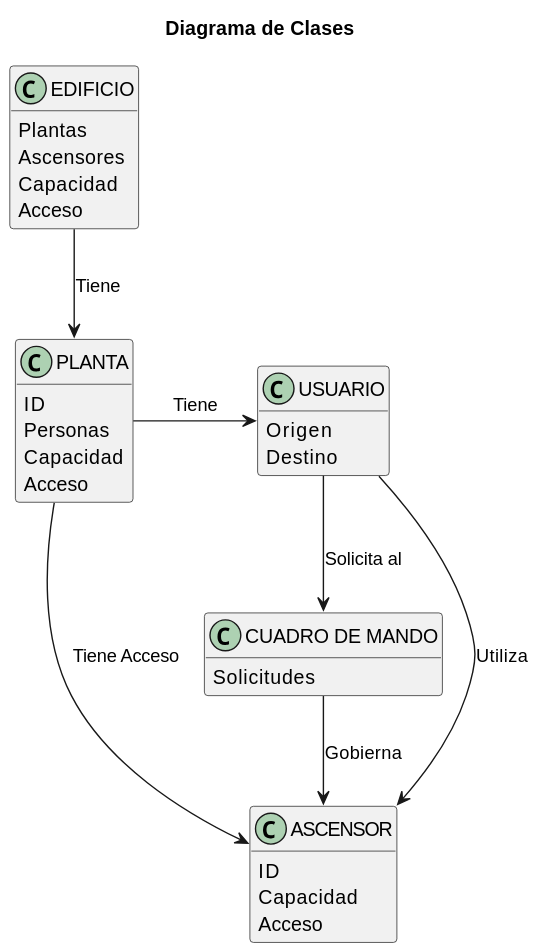
Before: docs/Modelo_de_Dominio/Diagramas_de_Clases/Diagrama_de_Clases.svg, a diagram exported from PlantUML (mmasias/23-24-IdSw2-SDD).
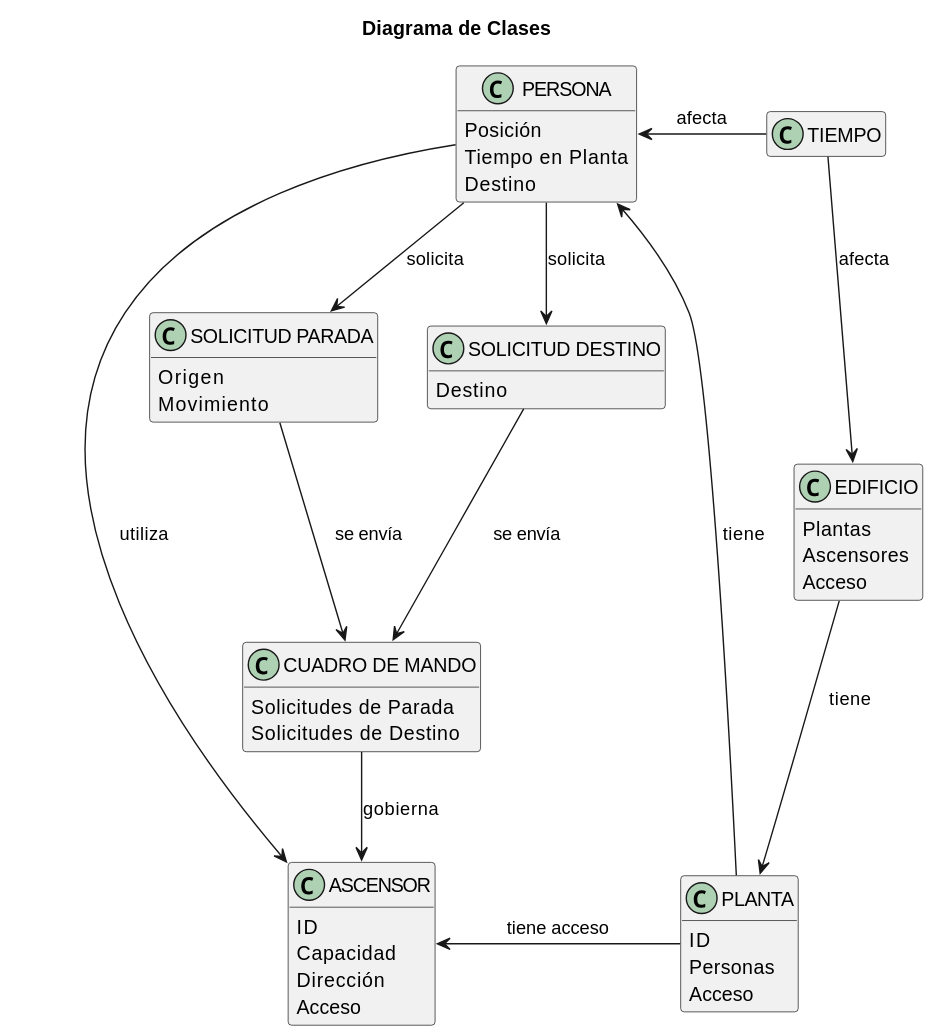
The same file after the commit.

Commit message:
svg diagrama de clases

What changed in the source:
```diff
@@ -12,25 +12,27 @@
 {
     ID
     Capacidad
+    Dirección
     Acceso
 }
 
-class USUARIO
+class PERSONA
 {
-    Origen
+    Posición
+    Tiempo en Planta
     Destino
 }
 
 class "CUADRO DE MANDO"
 {
-    Solicitudes
+    Solicitudes de Parada
+    Solicitudes de Destino
 }
 
 class PLANTA
 {
     ID
     Personas
-    Capacidad
     Acceso
 }
 
@@ -38,15 +40,38 @@
 {
     Plantas
     Ascensores
-    Capacidad
     Acceso
 }
 
+class TIEMPO
+{
 
-"CUADRO DE MANDO" --> ASCENSOR : Gobierna
-USUARIO -> ASCENSOR : Utiliza
-USUARIO --> "CUADRO DE MANDO" : Solicita al
-EDIFICIO --> PLANTA : Tiene
-PLANTA -> ASCENSOR : Tiene Acceso
-PLANTA -> USUARIO : Tiene
+}
+
+class "SOLICITUD PARADA"
+{
+    Origen
+    Movimiento
+}
+
+class "SOLICITUD DESTINO"
+{
+    Destino
+}
+
+
+EDIFICIO --> PLANTA : tiene
+PLANTA --> PERSONA : tiene
+PLANTA -left-> ASCENSOR : tiene acceso
+PERSONA --> ASCENSOR : utiliza
+
+PERSONA --> "SOLICITUD PARADA" : solicita
+PERSONA --> "SOLICITUD DESTINO" : solicita
+"CUADRO DE MANDO" --> ASCENSOR : gobierna
+"SOLICITUD PARADA" --> "CUADRO DE MANDO" : se envía
+"SOLICITUD DESTINO" --> "CUADRO DE MANDO" : se envía
+
+TIEMPO -left-> PERSONA : afecta
+TIEMPO --> EDIFICIO : afecta
+
 @enduml
```
